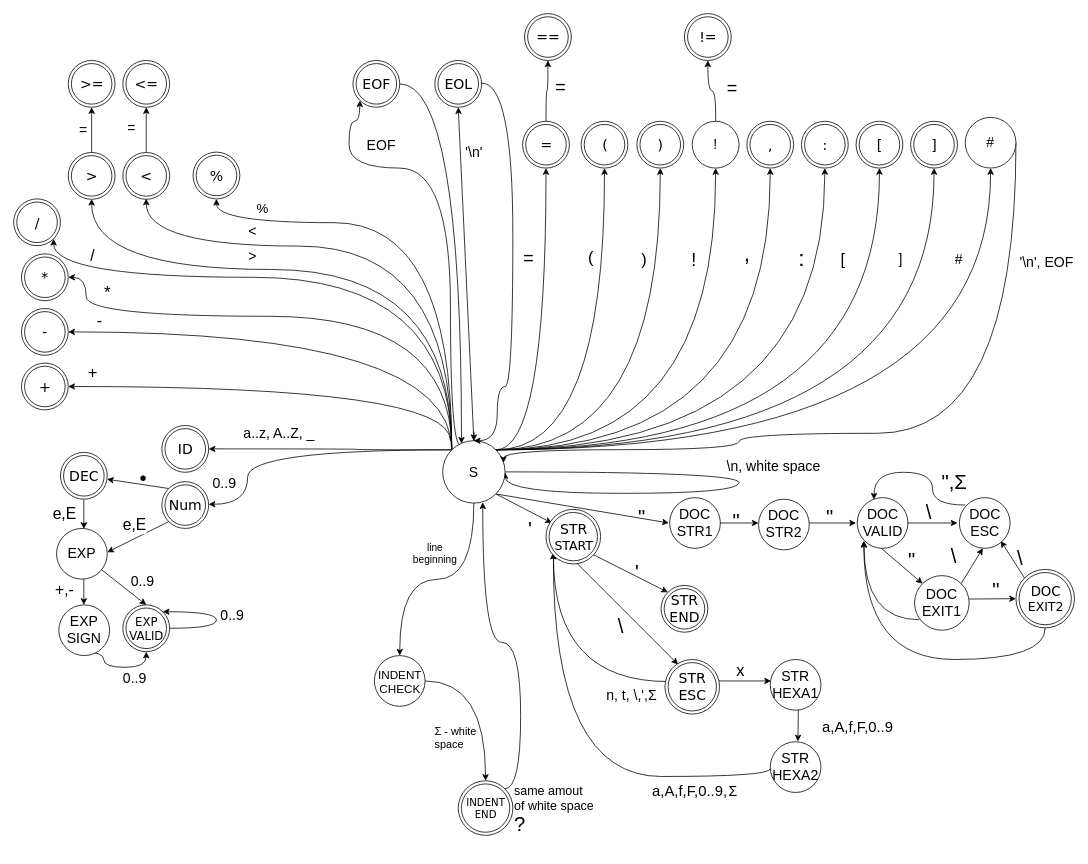
otcen4s/IFJ-project2019 keeps this draw.io diagram as fsm.drawio. Above is the earlier version. Source tidied: cells renumbered, new cells numbered last; positions are measured from the earlier drawing's top-left corner, leaving out a move shared by most shapes. Both pictures are drawn from the tidied source at 78%, with x=0, y=0 at pixel (13, 13).
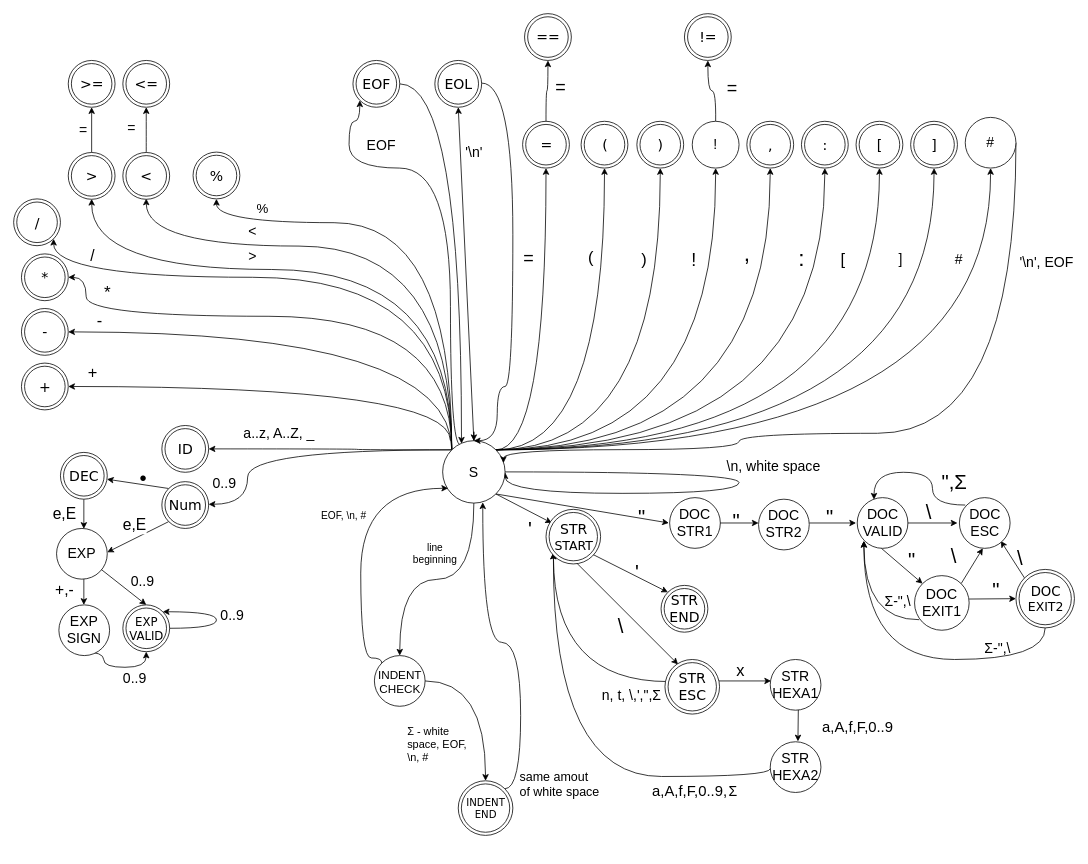
The same diagram, later.

Commit message:
Few changes in automata

The change refers to these unchanged cells:
```xml
<mxCell id="141" value="&lt;div style=&quot;font-size: 15px&quot;&gt;INDENT&lt;/div&gt;&lt;div style=&quot;font-size: 15px&quot;&gt;CHECK&lt;br&gt;&lt;/div&gt;" style="ellipse;whiteSpace=wrap;html=1;fontSize=18;" parent="1" vertex="1">
  <mxGeometry x="462.5" y="823" width="65" height="65" as="geometry" />
</mxCell>
```

Change to the diagram source:
```diff
@@
-    <mxCell id="67" value="&lt;div&gt;&lt;span class=&quot;st&quot;&gt;&lt;span class=&quot;st&quot;&gt;Σ&lt;/span&gt; -&lt;/span&gt; white&lt;/div&gt;&lt;div&gt; space&lt;/div&gt;" style="text;html=1;align=left;verticalAlign=top;spacingTop=1;fontSize=14;rotation=0;spacing=0;" parent="1" vertex="1">
-      <mxGeometry x="540" y="905.5" width="70" height="40" as="geometry" />
+    <mxCell id="67" value="&lt;div&gt;&lt;span class=&quot;st&quot;&gt;&lt;span class=&quot;st&quot;&gt;Σ&lt;/span&gt; -&lt;/span&gt; white&lt;/div&gt;&lt;div&gt; space, EOF,&lt;/div&gt;&lt;div&gt; \n, #&lt;br&gt;&lt;/div&gt;" style="text;html=1;align=left;verticalAlign=top;spacingTop=1;fontSize=14;rotation=0;spacing=0;" parent="1" vertex="1">
+      <mxGeometry x="505" y="906" width="90" height="60" as="geometry" />
     </mxCell>
@@
-    <mxCell id="100" value="n, t, \,',&lt;span class=&quot;st&quot;&gt;Σ&lt;/span&gt;" style="text;html=1;align=center;verticalAlign=middle;labelBackgroundColor=#ffffff;fontSize=18;" parent="1" vertex="1">
+    <mxCell id="100" value="n, t, \,',&lt;span class=&quot;st&quot;&gt;&quot;,Σ&lt;/span&gt;" style="text;html=1;align=center;verticalAlign=middle;labelBackgroundColor=#ffffff;fontSize=18;" parent="1" vertex="1">
       <mxGeometry x="772.9" y="983.1" as="geometry">
         <mxPoint x="19" y="-110" as="offset" />
       </mxGeometry>
     </mxCell>
@@
+    <mxCell id="155" style="edgeStyle=orthogonalEdgeStyle;rounded=0;jettySize=auto;html=1;exitX=0;exitY=0;exitDx=0;exitDy=0;entryX=0;entryY=1;entryDx=0;entryDy=0;curved=1;" parent="1" edge="1" source="141">
+      <mxGeometry relative="1" as="geometry">
+        <mxPoint x="557" y="608.5" as="targetPoint" />
+        <Array as="points">
+          <mxPoint x="472" y="826" />
+          <mxPoint x="445" y="826" />
+          <mxPoint x="445" y="609" />
+        </Array>
+      </mxGeometry>
+    </mxCell>
@@
-    <mxCell id="142" value="&lt;div style=&quot;font-size: 16px&quot;&gt;&lt;font style=&quot;font-size: 16px&quot;&gt;same amout&lt;/font&gt;&lt;/div&gt;&lt;div style=&quot;font-size: 16px&quot;&gt;&lt;font style=&quot;font-size: 16px&quot;&gt; of white space&lt;/font&gt;&lt;/div&gt;?" style="text;html=1;align=left;verticalAlign=top;spacingTop=-4;fontSize=26;" parent="1" vertex="1">
-      <mxGeometry x="640" y="983.5" width="120" height="90" as="geometry" />
+    <mxCell id="142" value="&lt;div style=&quot;font-size: 16px&quot;&gt;&lt;font style=&quot;font-size: 16px&quot;&gt;same amout&lt;/font&gt;&lt;/div&gt;&lt;div style=&quot;font-size: 16px&quot;&gt;&lt;font style=&quot;font-size: 16px&quot;&gt; of white space&lt;/font&gt;&lt;/div&gt;" style="text;html=1;align=left;verticalAlign=top;spacingTop=-4;fontSize=26;" parent="1" vertex="1">
+      <mxGeometry x="646.5" y="966" width="120" height="60" as="geometry" />
     </mxCell>
@@
+    <mxCell id="156" value="EOF, \n, #" style="text;html=1;align=center;verticalAlign=top;spacingTop=1;fontSize=13;rotation=0;spacing=0;" parent="1" vertex="1">
+      <mxGeometry x="382.5" y="630.5" width="80" height="20" as="geometry" />
+    </mxCell>
+    <mxCell id="157" value="Σ-&quot;,\" style="text;html=1;fontSize=18;" parent="1" vertex="1">
+      <mxGeometry x="1115" y="736.5" width="40" height="30" as="geometry" />
+    </mxCell>
+    <mxCell id="158" value="Σ-&quot;,\" style="text;html=1;fontSize=18;" parent="1" vertex="1">
+      <mxGeometry x="1242.5" y="796.5" width="40" height="30" as="geometry" />
+    </mxCell>
```
